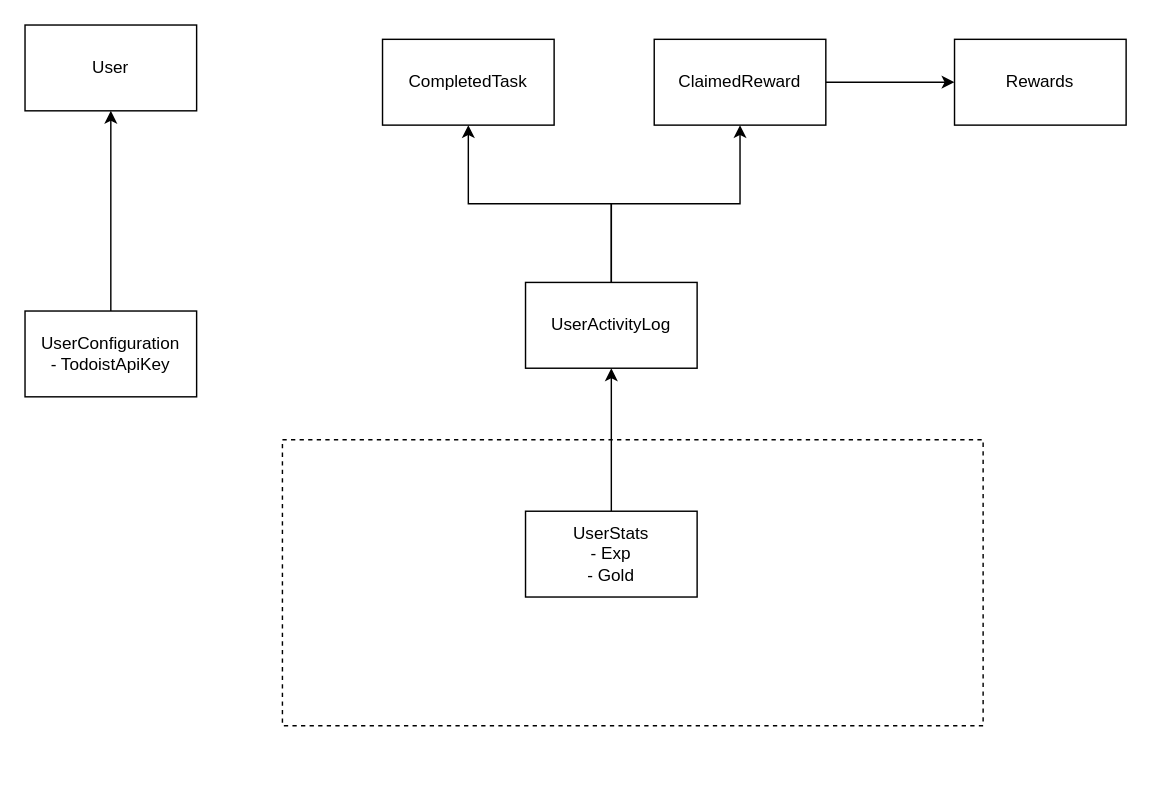
Before: doc/Domain.drawio in Carq/Rewards.Todoist, a draw.io diagram. Source tidied: cells renumbered, new cells numbered last; positions are measured from the earlier drawing's top-left corner, leaving out a move shared by most shapes. Both pictures are drawn from the tidied source at 143%, with x=0, y=0 at pixel (24, 24).
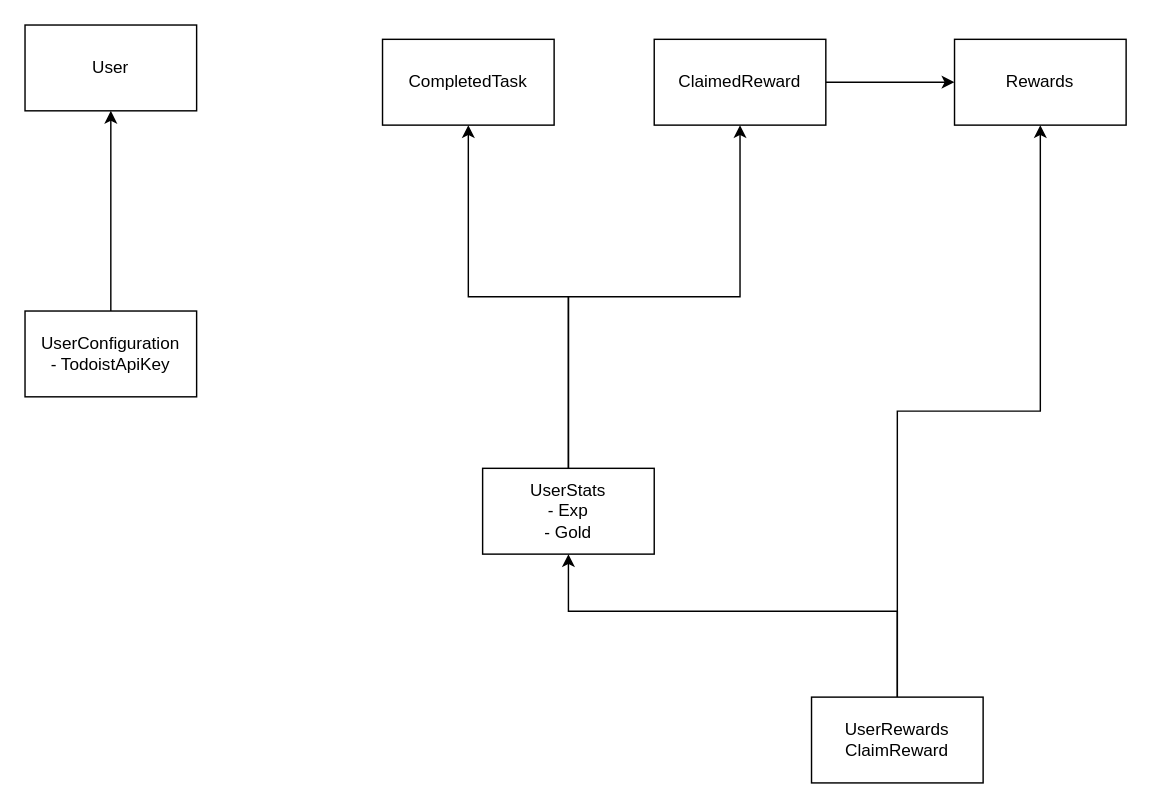
The same page after the edit.

Diff of the diagram source:
```diff
@@
 <mxGraphModel>
   <root>
     <mxCell id="0" />
     <mxCell id="1" parent="0" />
-    <mxCell id="2" style="rounded=0;whiteSpace=wrap;html=1;dashed=1;verticalAlign=top;" parent="1" vertex="1">
-      <mxGeometry x="180" y="290" width="490" height="200" as="geometry" />
-    </mxCell>
     <mxCell id="3" value="User" style="rounded=0;whiteSpace=wrap;html=1;" parent="1" vertex="1">
       <mxGeometry width="120" height="60" as="geometry" />
     </mxCell>
     <mxCell id="4" value="Rewards" style="rounded=0;whiteSpace=wrap;html=1;" parent="1" vertex="1">
       <mxGeometry x="650" y="10" width="120" height="60" as="geometry" />
     </mxCell>
     <mxCell id="5" style="edgeStyle=orthogonalEdgeStyle;rounded=0;jettySize=auto;html=1;entryX=0;entryY=0.5;entryDx=0;entryDy=0;" parent="1" edge="1" source="6" target="4">
       <mxGeometry relative="1" as="geometry" />
     </mxCell>
     <mxCell id="6" value="ClaimedReward" style="rounded=0;whiteSpace=wrap;html=1;" parent="1" vertex="1">
       <mxGeometry x="440" y="10" width="120" height="60" as="geometry" />
     </mxCell>
     <mxCell id="7" value="CompletedTask" style="rounded=0;whiteSpace=wrap;html=1;" parent="1" vertex="1">
       <mxGeometry x="250" y="10" width="120" height="60" as="geometry" />
     </mxCell>
     <mxCell id="8" style="edgeStyle=orthogonalEdgeStyle;rounded=0;jettySize=auto;html=1;entryX=0.5;entryY=1;entryDx=0;entryDy=0;exitX=0.5;exitY=0;exitDx=0;exitDy=0;" parent="1" edge="1" source="9" target="3">
       <mxGeometry relative="1" as="geometry">
         <Array as="points">
           <mxPoint x="60" y="180" />
           <mxPoint x="60" y="180" />
         </Array>
       </mxGeometry>
     </mxCell>
     <mxCell id="9" value="UserConfiguration&lt;div&gt;- TodoistApiKey&lt;/div&gt;" style="rounded=0;whiteSpace=wrap;html=1;" parent="1" vertex="1">
       <mxGeometry y="200" width="120" height="60" as="geometry" />
     </mxCell>
-    <mxCell id="10" style="edgeStyle=orthogonalEdgeStyle;rounded=0;jettySize=auto;html=1;entryX=0.5;entryY=1;entryDx=0;entryDy=0;" parent="1" edge="1" source="11" target="14">
-      <mxGeometry relative="1" as="geometry" />
-    </mxCell>
+    <mxCell id="15" style="edgeStyle=orthogonalEdgeStyle;rounded=0;jettySize=auto;html=1;entryX=0.5;entryY=1;entryDx=0;entryDy=0;" parent="1" edge="1" source="11" target="7">
+      <mxGeometry relative="1" as="geometry" />
+    </mxCell>
+    <mxCell id="16" style="edgeStyle=orthogonalEdgeStyle;rounded=0;jettySize=auto;html=1;entryX=0.5;entryY=1;entryDx=0;entryDy=0;" parent="1" edge="1" source="11" target="6">
+      <mxGeometry relative="1" as="geometry">
+        <Array as="points">
+          <mxPoint x="380" y="190" />
+          <mxPoint x="500" y="190" />
+        </Array>
+      </mxGeometry>
+    </mxCell>
     <mxCell id="11" value="UserStats&lt;div&gt;- Exp&lt;/div&gt;&lt;div&gt;- Gold&lt;/div&gt;" style="rounded=0;whiteSpace=wrap;html=1;" parent="1" vertex="1">
-      <mxGeometry x="350" y="340" width="120" height="60" as="geometry" />
+      <mxGeometry x="320" y="310" width="120" height="60" as="geometry" />
     </mxCell>
-    <mxCell id="12" style="edgeStyle=orthogonalEdgeStyle;rounded=0;jettySize=auto;html=1;entryX=0.5;entryY=1;entryDx=0;entryDy=0;" parent="1" edge="1" source="14" target="7">
-      <mxGeometry relative="1" as="geometry" />
-    </mxCell>
-    <mxCell id="13" style="edgeStyle=orthogonalEdgeStyle;rounded=0;jettySize=auto;html=1;" parent="1" edge="1" source="14" target="6">
-      <mxGeometry relative="1" as="geometry" />
-    </mxCell>
-    <mxCell id="14" value="UserActivityLog" style="rounded=0;whiteSpace=wrap;html=1;" parent="1" vertex="1">
-      <mxGeometry x="350" y="180" width="120" height="60" as="geometry" />
-    </mxCell>
+    <mxCell id="17" style="edgeStyle=orthogonalEdgeStyle;rounded=0;jettySize=auto;html=1;entryX=0.5;entryY=1;entryDx=0;entryDy=0;" parent="1" edge="1" source="19" target="11">
+      <mxGeometry relative="1" as="geometry">
+        <Array as="points">
+          <mxPoint x="610" y="410" />
+          <mxPoint x="380" y="410" />
+        </Array>
+      </mxGeometry>
+    </mxCell>
+    <mxCell id="18" style="edgeStyle=orthogonalEdgeStyle;rounded=0;jettySize=auto;html=1;entryX=0.5;entryY=1;entryDx=0;entryDy=0;" parent="1" edge="1" source="19" target="4">
+      <mxGeometry relative="1" as="geometry" />
+    </mxCell>
+    <mxCell id="19" value="UserRewards&lt;div&gt;&lt;div&gt;ClaimReward&lt;/div&gt;&lt;/div&gt;" style="rounded=0;whiteSpace=wrap;html=1;" parent="1" vertex="1">
+      <mxGeometry x="550" y="470" width="120" height="60" as="geometry" />
+    </mxCell>
   </root>
 </mxGraphModel>
```
